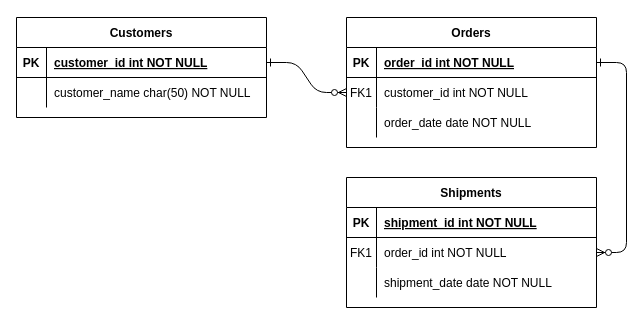
Above: Untitled Diagram.drawio in ibrahimahmed1998/backend_cscamp (draw.io), before the change. Source tidied: cells renumbered, new cells numbered last; positions are measured from the earlier drawing's top-left corner, leaving out a move shared by most shapes. Both pictures are drawn from the tidied source at 100%, with x=0, y=0 at pixel (16, 17).
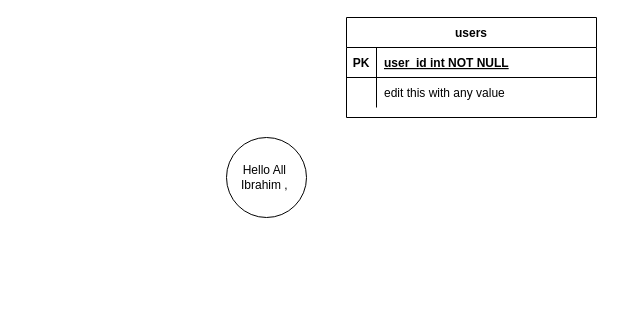
After the change.

The change refers to these unchanged cells:
```xml
<mxCell id="5" style="shape=partialRectangle;fillColor=none;points=[[0,0.5],[1,0.5]];portConstraint=eastwest;top=0;left=0;right=0;bottom=1;" parent="4" vertex="1">
  <mxGeometry y="30" width="250" height="30" as="geometry" />
</mxCell>
```

The edit, as a diff of the source:
```diff
@@
-    <mxCell id="2" style="edgeStyle=entityRelationEdgeStyle;endArrow=ERzeroToMany;startArrow=ERone;endFill=1;startFill=0;" parent="1" edge="1" source="25" target="8">
-      <mxGeometry relative="1" as="geometry" />
-    </mxCell>
-    <mxCell id="3" style="edgeStyle=entityRelationEdgeStyle;endArrow=ERzeroToMany;startArrow=ERone;endFill=1;startFill=0;" parent="1" edge="1" source="5" target="18">
-      <mxGeometry relative="1" as="geometry" />
-    </mxCell>
-    <mxCell id="4" value="Orders" style="shape=table;startSize=30;childLayout=tableLayout;rowLines=0;fontStyle=1;align=center;" parent="1" vertex="1">
-      <mxGeometry x="330" width="250" height="130" as="geometry" />
+    <mxCell id="4" value="users" style="shape=table;startSize=30;childLayout=tableLayout;rowLines=0;fontStyle=1;align=center;" parent="1" vertex="1">
+      <mxGeometry x="330" width="250" height="100" as="geometry" />
     </mxCell>
@@
-    <mxCell id="7" value="order_id int NOT NULL " style="shape=partialRectangle;overflow=hidden;fillColor=none;top=0;left=0;bottom=0;right=0;align=left;spacingLeft=6;fontStyle=5;" parent="5" vertex="1">
+    <mxCell id="7" value="user_id int NOT NULL " style="shape=partialRectangle;overflow=hidden;fillColor=none;top=0;left=0;bottom=0;right=0;align=left;spacingLeft=6;fontStyle=5;" parent="5" vertex="1">
       <mxGeometry x="30" width="220" height="30" as="geometry" />
     </mxCell>
-    <mxCell id="8" style="shape=partialRectangle;fillColor=none;points=[[0,0.5],[1,0.5]];portConstraint=eastwest;top=0;left=0;right=0;bottom=0;" parent="4" vertex="1">
-      <mxGeometry y="60" width="250" height="30" as="geometry" />
-    </mxCell>
-    <mxCell id="9" value="FK1" style="shape=partialRectangle;overflow=hidden;fillColor=none;top=0;left=0;bottom=0;right=0;" parent="8" vertex="1">
-      <mxGeometry width="30" height="30" as="geometry" />
-    </mxCell>
-    <mxCell id="10" value="customer_id int NOT NULL" style="shape=partialRectangle;overflow=hidden;fillColor=none;top=0;left=0;bottom=0;right=0;align=left;spacingLeft=6;" parent="8" vertex="1">
-      <mxGeometry x="30" width="220" height="30" as="geometry" />
-    </mxCell>
     <mxCell id="11" style="shape=partialRectangle;fillColor=none;top=0;left=0;right=0;bottom=0;" parent="4" vertex="1">
-      <mxGeometry y="90" width="250" height="30" as="geometry" />
+      <mxGeometry y="60" width="250" height="30" as="geometry" />
     </mxCell>
@@
-    <mxCell id="13" value="order_date date NOT NULL" style="shape=partialRectangle;overflow=hidden;fillColor=none;top=0;left=0;bottom=0;right=0;align=left;spacingLeft=6;" parent="11" vertex="1">
+    <mxCell id="13" value="edit this with any value" style="shape=partialRectangle;overflow=hidden;fillColor=none;top=0;left=0;bottom=0;right=0;align=left;spacingLeft=6;" parent="11" vertex="1">
       <mxGeometry x="30" width="220" height="30" as="geometry" />
     </mxCell>
-    <mxCell id="14" value="Shipments" style="shape=table;startSize=30;childLayout=tableLayout;rowLines=0;fontStyle=1;align=center;" parent="1" vertex="1">
-      <mxGeometry x="330" y="160" width="250" height="130" as="geometry" />
-    </mxCell>
-    <mxCell id="15" style="shape=partialRectangle;fillColor=none;top=0;left=0;right=0;bottom=1;" parent="14" vertex="1">
-      <mxGeometry y="30" width="250" height="30" as="geometry" />
-    </mxCell>
-    <mxCell id="16" value="PK" style="shape=partialRectangle;overflow=hidden;fillColor=none;top=0;left=0;bottom=0;right=0;fontStyle=1;" parent="15" vertex="1">
-      <mxGeometry width="30" height="30" as="geometry" />
-    </mxCell>
-    <mxCell id="17" value="shipment_id int NOT NULL " style="shape=partialRectangle;overflow=hidden;fillColor=none;top=0;left=0;bottom=0;right=0;align=left;spacingLeft=6;fontStyle=5;" parent="15" vertex="1">
-      <mxGeometry x="30" width="220" height="30" as="geometry" />
-    </mxCell>
-    <mxCell id="18" style="shape=partialRectangle;fillColor=none;points=[[0,0.5],[1,0.5]];portConstraint=eastwest;top=0;left=0;right=0;bottom=0;" parent="14" vertex="1">
-      <mxGeometry y="60" width="250" height="30" as="geometry" />
-    </mxCell>
-    <mxCell id="19" value="FK1" style="shape=partialRectangle;overflow=hidden;fillColor=none;top=0;left=0;bottom=0;right=0;" parent="18" vertex="1">
-      <mxGeometry width="30" height="30" as="geometry" />
-    </mxCell>
-    <mxCell id="20" value="order_id int NOT NULL" style="shape=partialRectangle;overflow=hidden;fillColor=none;top=0;left=0;bottom=0;right=0;align=left;spacingLeft=6;" parent="18" vertex="1">
-      <mxGeometry x="30" width="220" height="30" as="geometry" />
-    </mxCell>
-    <mxCell id="21" style="shape=partialRectangle;fillColor=none;top=0;left=0;right=0;bottom=0;" parent="14" vertex="1">
-      <mxGeometry y="90" width="250" height="30" as="geometry" />
-    </mxCell>
-    <mxCell id="22" style="shape=partialRectangle;overflow=hidden;fillColor=none;top=0;left=0;bottom=0;right=0;" parent="21" vertex="1">
-      <mxGeometry width="30" height="30" as="geometry" />
-    </mxCell>
-    <mxCell id="23" value="shipment_date date NOT NULL" style="shape=partialRectangle;overflow=hidden;fillColor=none;top=0;left=0;bottom=0;right=0;align=left;spacingLeft=6;" parent="21" vertex="1">
-      <mxGeometry x="30" width="220" height="30" as="geometry" />
-    </mxCell>
-    <mxCell id="24" value="Customers" style="shape=table;startSize=30;childLayout=tableLayout;rowLines=0;fontStyle=1;align=center;" parent="1" vertex="1">
-      <mxGeometry width="250" height="100" as="geometry" />
-    </mxCell>
-    <mxCell id="25" style="shape=partialRectangle;fillColor=none;points=[[0,0.5],[1,0.5]];portConstraint=eastwest;top=0;left=0;right=0;bottom=1;" parent="24" vertex="1">
-      <mxGeometry y="30" width="250" height="30" as="geometry" />
-    </mxCell>
-    <mxCell id="26" value="PK" style="shape=partialRectangle;overflow=hidden;fillColor=none;top=0;left=0;bottom=0;right=0;fontStyle=1;" parent="25" vertex="1">
-      <mxGeometry width="30" height="30" as="geometry" />
-    </mxCell>
-    <mxCell id="27" value="customer_id int NOT NULL " style="shape=partialRectangle;overflow=hidden;fillColor=none;top=0;left=0;bottom=0;right=0;align=left;spacingLeft=6;fontStyle=5;" parent="25" vertex="1">
-      <mxGeometry x="30" width="220" height="30" as="geometry" />
-    </mxCell>
-    <mxCell id="28" style="shape=partialRectangle;fillColor=none;top=0;left=0;right=0;bottom=0;" parent="24" vertex="1">
-      <mxGeometry y="60" width="250" height="30" as="geometry" />
-    </mxCell>
-    <mxCell id="29" style="shape=partialRectangle;overflow=hidden;fillColor=none;top=0;left=0;bottom=0;right=0;" parent="28" vertex="1">
-      <mxGeometry width="30" height="30" as="geometry" />
-    </mxCell>
-    <mxCell id="30" value="customer_name char(50) NOT NULL" style="shape=partialRectangle;overflow=hidden;fillColor=none;top=0;left=0;bottom=0;right=0;align=left;spacingLeft=6;" parent="28" vertex="1">
-      <mxGeometry x="30" width="220" height="30" as="geometry" />
-    </mxCell>
+    <mxCell id="31" value="Hello All&amp;nbsp;&lt;br&gt;Ibrahim ,&amp;nbsp;" style="ellipse;whiteSpace=wrap;html=1;" parent="1" vertex="1">
+      <mxGeometry x="210" y="120" width="80" height="80" as="geometry" />
+    </mxCell>
```
